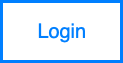
Earlier version of the draw.io export docs/EssentialFeed.png (mhennemeyer/essentialfeed). Source tidied: cells renumbered, new cells last; positions are measured from the earlier drawing's top-left corner, leaving out a move shared by most shapes.
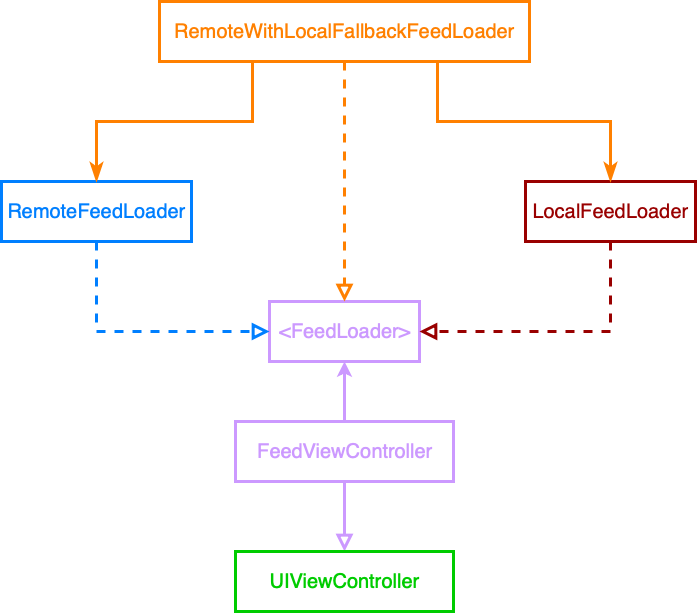
After the commit.

Commit message:
Added ViewController with Feedloader interface and remote and local implementations to diagram

Change to the diagram source:
```diff
@@ -2,8 +2,44 @@
   <root>
     <mxCell id="0" />
     <mxCell id="1" parent="0" />
-    <mxCell id="2" value="Login" style="rounded=0;whiteSpace=wrap;html=1;strokeWidth=3;strokeColor=#007FFF;fontSize=20;fontStyle=0;fontColor=#007FFF;" parent="1" vertex="1">
-      <mxGeometry width="120" height="60" as="geometry" />
+    <mxCell id="2" value="&amp;lt;FeedLoader&amp;gt;" style="rounded=0;whiteSpace=wrap;html=1;strokeWidth=3;fontSize=20;fontStyle=0;labelBorderColor=none;fillColor=none;strokeColor=#CC99FF;fontColor=#CC99FF;" parent="1" vertex="1">
+      <mxGeometry width="150" height="60" as="geometry" />
     </mxCell>
+    <mxCell id="3" style="edgeStyle=orthogonalEdgeStyle;rounded=0;jettySize=auto;html=1;exitX=0.5;exitY=0;exitDx=0;exitDy=0;entryX=0.5;entryY=1;entryDx=0;entryDy=0;fontSize=20;fontColor=#CC99FF;strokeWidth=3;strokeColor=#CC99FF;" parent="1" edge="1" source="5" target="2">
+      <mxGeometry relative="1" as="geometry" />
+    </mxCell>
+    <mxCell id="4" style="edgeStyle=orthogonalEdgeStyle;rounded=0;jettySize=auto;html=1;exitX=0.5;exitY=1;exitDx=0;exitDy=0;strokeColor=#CC99FF;strokeWidth=3;fontSize=20;fontColor=#CC99FF;endArrow=block;endFill=0;endSize=10;" parent="1" edge="1" source="5" target="6">
+      <mxGeometry relative="1" as="geometry" />
+    </mxCell>
+    <mxCell id="5" value="FeedViewController" style="rounded=0;whiteSpace=wrap;html=1;strokeColor=#CC99FF;strokeWidth=3;fontSize=20;fontColor=#CC99FF;fillColor=none;" parent="1" vertex="1">
+      <mxGeometry x="-34" y="120" width="218" height="60" as="geometry" />
+    </mxCell>
+    <mxCell id="6" value="UIViewController" style="rounded=0;whiteSpace=wrap;html=1;strokeColor=#00CC00;strokeWidth=3;fontSize=20;fontColor=#00CC00;fillColor=none;" parent="1" vertex="1">
+      <mxGeometry x="-34" y="250" width="218" height="60" as="geometry" />
+    </mxCell>
+    <mxCell id="7" style="edgeStyle=orthogonalEdgeStyle;rounded=0;jettySize=auto;html=1;exitX=0.5;exitY=1;exitDx=0;exitDy=0;entryX=1;entryY=0.5;entryDx=0;entryDy=0;strokeColor=#990000;strokeWidth=3;fontSize=20;fontColor=#990000;endArrow=block;endFill=0;endSize=10;dashed=1;" parent="1" edge="1" source="8" target="2">
+      <mxGeometry relative="1" as="geometry" />
+    </mxCell>
+    <mxCell id="8" value="LocalFeedLoader" style="rounded=0;whiteSpace=wrap;html=1;strokeWidth=3;fontSize=20;fontStyle=0;labelBorderColor=none;fillColor=none;strokeColor=#990000;fontColor=#990000;" parent="1" vertex="1">
+      <mxGeometry x="256" y="-120" width="170" height="60" as="geometry" />
+    </mxCell>
+    <mxCell id="9" value="RemoteFeedLoader" style="rounded=0;whiteSpace=wrap;html=1;strokeWidth=3;fontSize=20;fontStyle=0;labelBorderColor=none;fillColor=none;strokeColor=#007FFF;fontColor=#007FFF;" parent="1" vertex="1">
+      <mxGeometry x="-268" y="-120" width="190" height="60" as="geometry" />
+    </mxCell>
+    <mxCell id="10" style="edgeStyle=orthogonalEdgeStyle;rounded=0;jettySize=auto;html=1;exitX=0.5;exitY=1;exitDx=0;exitDy=0;entryX=0;entryY=0.5;entryDx=0;entryDy=0;strokeColor=#007FFF;strokeWidth=3;fontSize=20;fontColor=#990000;endArrow=block;endFill=0;endSize=10;dashed=1;" parent="1" edge="1" source="9" target="2">
+      <mxGeometry relative="1" as="geometry" />
+    </mxCell>
+    <mxCell id="11" style="edgeStyle=orthogonalEdgeStyle;rounded=0;jettySize=auto;html=1;exitX=0.5;exitY=1;exitDx=0;exitDy=0;entryX=0.5;entryY=0;entryDx=0;entryDy=0;strokeColor=#FF8000;strokeWidth=3;fontSize=20;fontColor=#990000;endArrow=block;endFill=0;endSize=10;dashed=1;" parent="1" edge="1" source="14" target="2">
+      <mxGeometry relative="1" as="geometry" />
+    </mxCell>
+    <mxCell id="12" style="edgeStyle=orthogonalEdgeStyle;rounded=0;jettySize=auto;html=1;exitX=0.75;exitY=1;exitDx=0;exitDy=0;endArrow=classicThin;endFill=1;endSize=10;strokeColor=#FF8000;strokeWidth=3;fontSize=20;fontColor=#007FFF;" parent="1" edge="1" source="14" target="8">
+      <mxGeometry relative="1" as="geometry" />
+    </mxCell>
+    <mxCell id="13" style="edgeStyle=orthogonalEdgeStyle;rounded=0;jettySize=auto;html=1;exitX=0.25;exitY=1;exitDx=0;exitDy=0;entryX=0.5;entryY=0;entryDx=0;entryDy=0;endArrow=classicThin;endFill=1;endSize=10;strokeColor=#FF8000;strokeWidth=3;fontSize=20;fontColor=#007FFF;" parent="1" edge="1" source="14" target="9">
+      <mxGeometry relative="1" as="geometry" />
+    </mxCell>
+    <mxCell id="14" value="RemoteWithLocalFallbackFeedLoader" style="rounded=0;whiteSpace=wrap;html=1;strokeWidth=3;fontSize=20;fontStyle=0;labelBorderColor=none;fillColor=none;strokeColor=#FF8000;fontColor=#FF8000;" parent="1" vertex="1">
+      <mxGeometry x="-110" y="-300" width="370" height="60" as="geometry" />
+    </mxCell>
   </root>
 </mxGraphModel>
```
